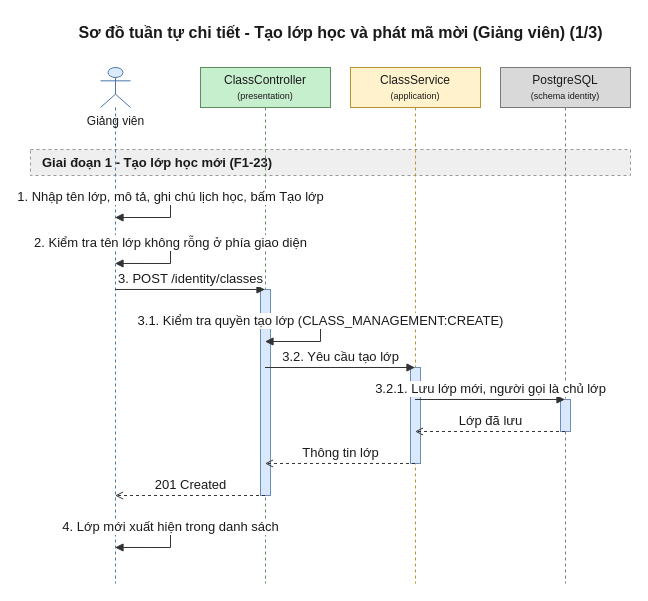
Before: 08-diagram/sequence/gv/sequence_gv_tao_lop_va_ma_moi_p1.drawio in daiphu1801/PRJ_ALGOPREP, a draw.io diagram. Source tidied: cells renumbered, new cells numbered last; positions are measured from the earlier drawing's top-left corner, leaving out a move shared by most shapes. Both pictures are drawn from the tidied source at 100%, with x=0, y=0 at pixel (30, 17).
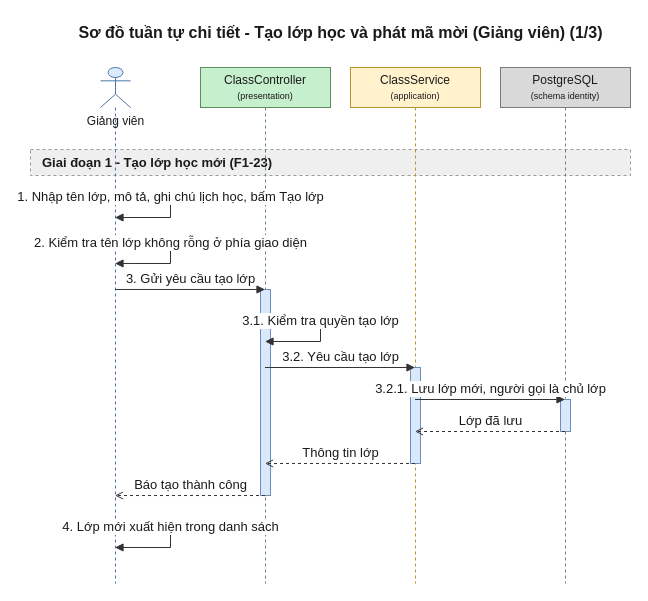
The same page after the edit.

Unchanged cells that the change refers to:
```xml
<mxCell id="4" value="Giảng viên" style="shape=umlLifeline;participant=umlActor;perimeter=lifelinePerimeter;html=1;outlineConnect=0;size=40;verticalAlign=top;spacingTop=40;fillColor=#DCEBFC;strokeColor=#4A76A8;fontColor=#1A1A1A;" parent="1" vertex="1">
  <mxGeometry x="70" y="50" width="30" height="516" as="geometry" />
</mxCell>
<mxCell id="5" value="ClassController&lt;br&gt;&lt;font style=&quot;font-size:9px&quot;&gt;(presentation)&lt;/font&gt;" style="shape=umlLifeline;perimeter=lifelinePerimeter;whiteSpace=wrap;html=1;outlineConnect=0;size=40;fillColor=#C6EFCE;strokeColor=#5E8E5E;fontColor=#1A1A1A;" parent="1" vertex="1">
  <mxGeometry x="170" y="50" width="130" height="516" as="geometry" />
</mxCell>
```

Diff of the diagram source:
```diff
@@
-    <mxCell id="13" value="3. POST /identity/classes" style="edgeStyle=none;html=1;endArrow=block;endFill=1;strokeColor=#333333;fontColor=#1A1A1A;fontSize=13;verticalAlign=bottom;exitX=0.5;exitY=0.4302;exitDx=0;exitDy=0;entryX=0.5;entryY=0.4302;entryDx=0;entryDy=0;" parent="1" edge="1" source="4" target="5">
+    <mxCell id="13" value="3. Gửi yêu cầu tạo lớp" style="edgeStyle=none;html=1;endArrow=block;endFill=1;strokeColor=#333333;fontColor=#1A1A1A;fontSize=13;verticalAlign=bottom;exitX=0.5;exitY=0.4302;exitDx=0;exitDy=0;entryX=0.5;entryY=0.4302;entryDx=0;entryDy=0;" parent="1" edge="1" source="4" target="5">
       <mxGeometry relative="1" as="geometry" />
     </mxCell>
-    <mxCell id="14" value="3.1. Kiểm tra quyền tạo lớp (CLASS_MANAGEMENT:CREATE)" style="edgeStyle=orthogonalEdgeStyle;rounded=0;html=1;endArrow=block;endFill=1;strokeColor=#333333;fontColor=#1A1A1A;fontSize=13;verticalAlign=bottom;exitX=0.5;exitY=0.4922;exitDx=0;exitDy=0;entryX=0.5;entryY=0.5310;entryDx=0;entryDy=0;" parent="1" edge="1" source="5" target="5">
+    <mxCell id="14" value="3.1. Kiểm tra quyền tạo lớp" style="edgeStyle=orthogonalEdgeStyle;rounded=0;html=1;endArrow=block;endFill=1;strokeColor=#333333;fontColor=#1A1A1A;fontSize=13;verticalAlign=bottom;exitX=0.5;exitY=0.4922;exitDx=0;exitDy=0;entryX=0.5;entryY=0.5310;entryDx=0;entryDy=0;" parent="1" edge="1" source="5" target="5">
       <mxGeometry relative="1" as="geometry">
         <Array as="points">
           <mxPoint x="290" y="304" />
           <mxPoint x="290" y="324" />
         </Array>
       </mxGeometry>
     </mxCell>
@@
-    <mxCell id="19" value="201 Created" style="edgeStyle=none;html=1;endArrow=open;endFill=0;dashed=1;strokeColor=#333333;fontColor=#1A1A1A;fontSize=13;verticalAlign=bottom;exitX=0.5;exitY=0.8295;exitDx=0;exitDy=0;entryX=0.5;entryY=0.8295;entryDx=0;entryDy=0;" parent="1" edge="1" source="5" target="4">
+    <mxCell id="19" value="Báo tạo thành công" style="edgeStyle=none;html=1;endArrow=open;endFill=0;dashed=1;strokeColor=#333333;fontColor=#1A1A1A;fontSize=13;verticalAlign=bottom;exitX=0.5;exitY=0.8295;exitDx=0;exitDy=0;entryX=0.5;entryY=0.8295;entryDx=0;entryDy=0;" parent="1" edge="1" source="5" target="4">
       <mxGeometry relative="1" as="geometry" />
     </mxCell>
```
